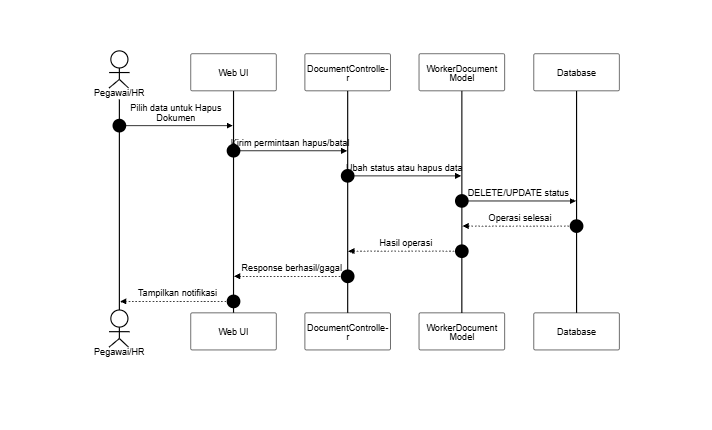
SulaimanHafi23/SimpegRSHDI keeps this Mermaid diagram as docs/SequenceDiagram/PNG_Transparent/PengajuanDokumen-Delete.png. Above is the earlier version. Its source is kept beside it as docs/SequenceDiagram/PengajuanDokumen-Delete.mermaid.
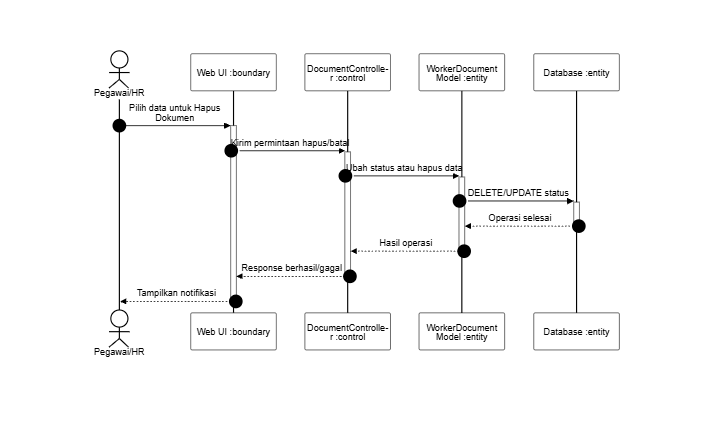
Later version of the same file.

What changed in the source:
```diff
@@ -2,16 +2,16 @@
 sequenceDiagram
     autonumber
     actor A as Pegawai/HR
-    participant UI as Web UI
-    participant C as DocumentController
-    participant M as WorkerDocument Model
-    participant DB as Database
+    participant UI as Web UI :boundary
+    participant C as DocumentController :control
+    participant M as WorkerDocument Model :entity
+    participant DB as Database :entity
 
-    A->>UI: Pilih data untuk Hapus Dokumen
-    UI->>C: Kirim permintaan hapus/batal
-    C->>M: Ubah status atau hapus data
-    M->>DB: DELETE/UPDATE status
-    DB-->>M: Operasi selesai
-    M-->>C: Hasil operasi
-    C-->>UI: Response berhasil/gagal
-    UI-->>A: Tampilkan notifikasi
+    A->>+UI: Pilih data untuk Hapus Dokumen
+    UI->>+C: Kirim permintaan hapus/batal
+    C->>+M: Ubah status atau hapus data
+    M->>+DB: DELETE/UPDATE status
+    DB-->>-M: Operasi selesai
+    M-->>-C: Hasil operasi
+    C-->>-UI: Response berhasil/gagal
+    UI-->>-A: Tampilkan notifikasi
```
